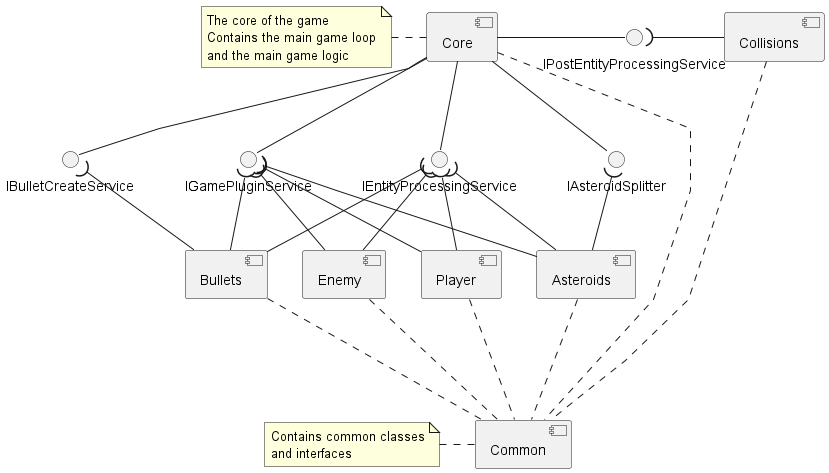
This is MyAsteroidsGame/Docs/Component diagram/Component diagram.png from JfriisJ/SI4-KBS, a PlantUML export, as it was before one commit.
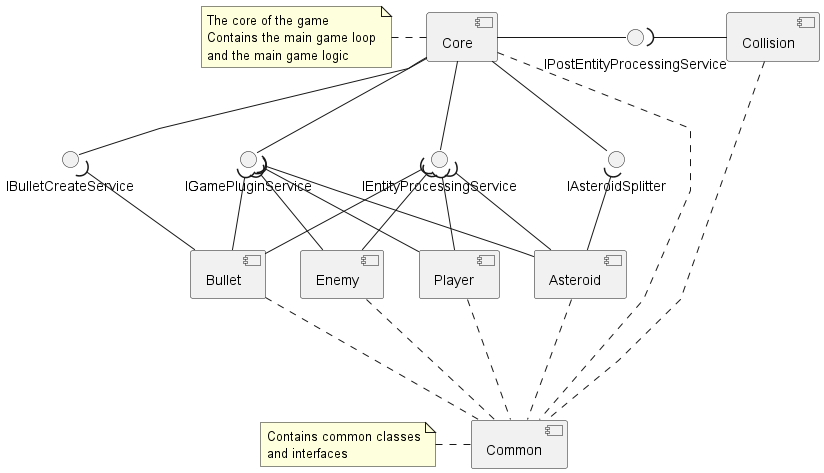
The same file after the commit.

Change to the diagram source:
```diff
@@ -1,10 +1,10 @@
 @startuml
 
 skinparam linetype polyline
-component Asteroids
+component Asteroid
 
-component Bullets
-component Collisions
+component Bullet
+component Collision
 component Common
 note left of Common
   Contains common classes
@@ -31,15 +31,15 @@
 Core -down- IEntityProcessingService
 Core -right- IPostEntityProcessingService
 
-Asteroids -up-( IAsteroidSplitter
-Asteroids -up-( IGamePluginService
-Asteroids -up-( IEntityProcessingService
+Asteroid -up-( IAsteroidSplitter
+Asteroid -up-( IGamePluginService
+Asteroid -up-( IEntityProcessingService
 
-Bullets -up-( IBulletCreateService
-Bullets -up-( IGamePluginService
-Bullets -up-( IEntityProcessingService
+Bullet -up-( IBulletCreateService
+Bullet -up-( IGamePluginService
+Bullet -up-( IEntityProcessingService
 
-Collisions -left-( IPostEntityProcessingService
+Collision -left-( IPostEntityProcessingService
 
 Enemy -up-( IEntityProcessingService
 Enemy -up-( IGamePluginService
@@ -49,9 +49,9 @@
 
 
 Common -.up- Core
-Common -.up- Asteroids
-Common -.up- Bullets
-Common -.up- Collisions
+Common -.up- Asteroid
+Common -.up- Bullet
+Common -.up- Collision
 Common -.up- Enemy
 Common -.up- Player
 
```
